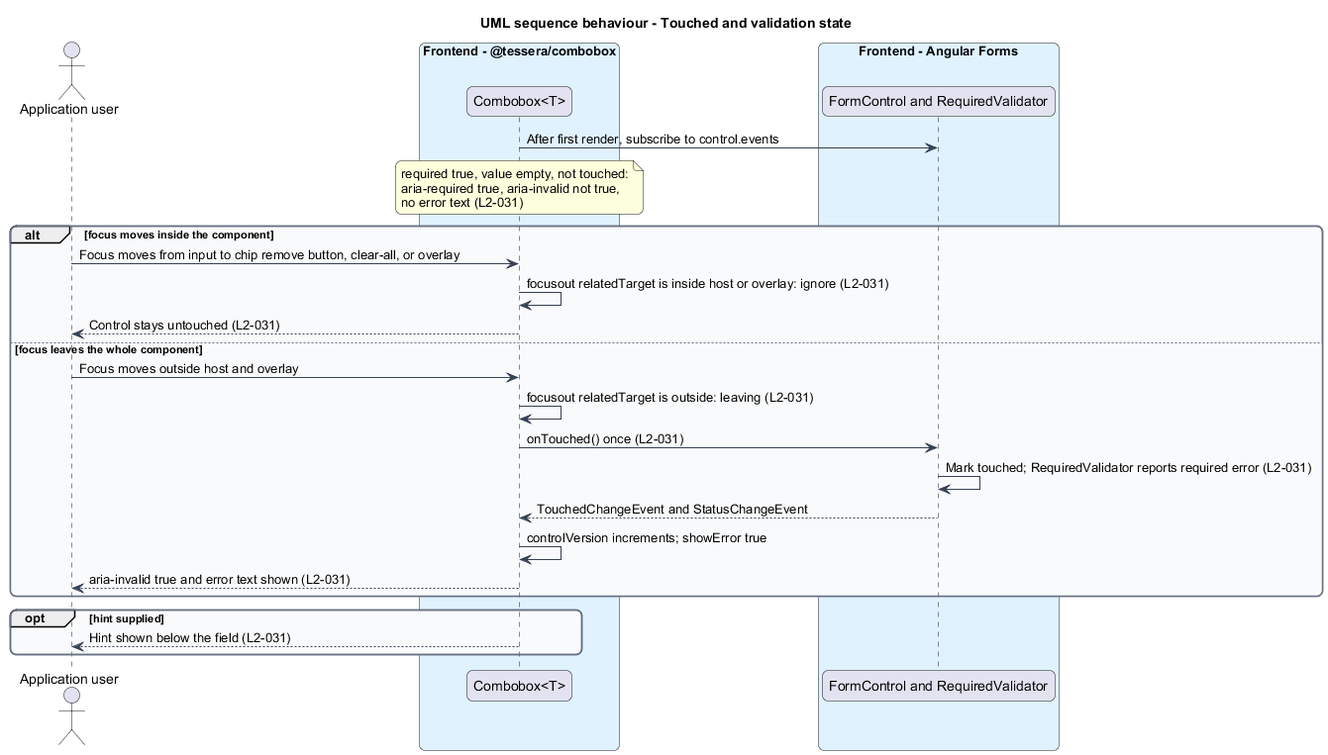
Before: docs/detailed-designs/combobox/integrate-forms/diagrams/sequence-touched-validation.png, a diagram exported from PlantUML (QuinntyneBrown/Tessera). The source it was exported from:
```plantuml
@startuml
title UML sequence behaviour - Touched and validation state
skinparam backgroundColor #FFFFFF
skinparam shadowing false
skinparam roundcorner 12
skinparam defaultFontName Arial
skinparam ArrowColor #344054
skinparam rectangle {
  BorderColor #344054
  FontColor #101828
}
skinparam package {
  BorderColor #667085
  FontColor #101828
  BackgroundColor #F9FAFB
}
actor "Application user" as user
box "Frontend - @tessera/combobox" #E0F2FE
  participant "Combobox<T>" as combo
end box
box "Frontend - Angular Forms" #E0F2FE
  participant "FormControl and RequiredValidator" as fc
end box

combo -> fc : After first render, subscribe to control.events
note over combo
  required true, value empty, not touched:
  aria-required true, aria-invalid not true,
  no error text (L2-031)
end note
alt focus moves inside the component
  user -> combo : Focus moves from input to chip remove button, clear-all, or overlay
  combo -> combo : focusout relatedTarget is inside host or overlay: ignore (L2-031)
  combo --> user : Control stays untouched (L2-031)
else focus leaves the whole component
  user -> combo : Focus moves outside host and overlay
  combo -> combo : focusout relatedTarget is outside: leaving (L2-031)
  combo -> fc : onTouched() once (L2-031)
  fc -> fc : Mark touched; RequiredValidator reports required error (L2-031)
  fc --> combo : TouchedChangeEvent and StatusChangeEvent
  combo -> combo : controlVersion increments; showError true
  combo --> user : aria-invalid true and error text shown (L2-031)
end
opt hint supplied
  combo --> user : Hint shown below the field (L2-031)
end
@enduml
```
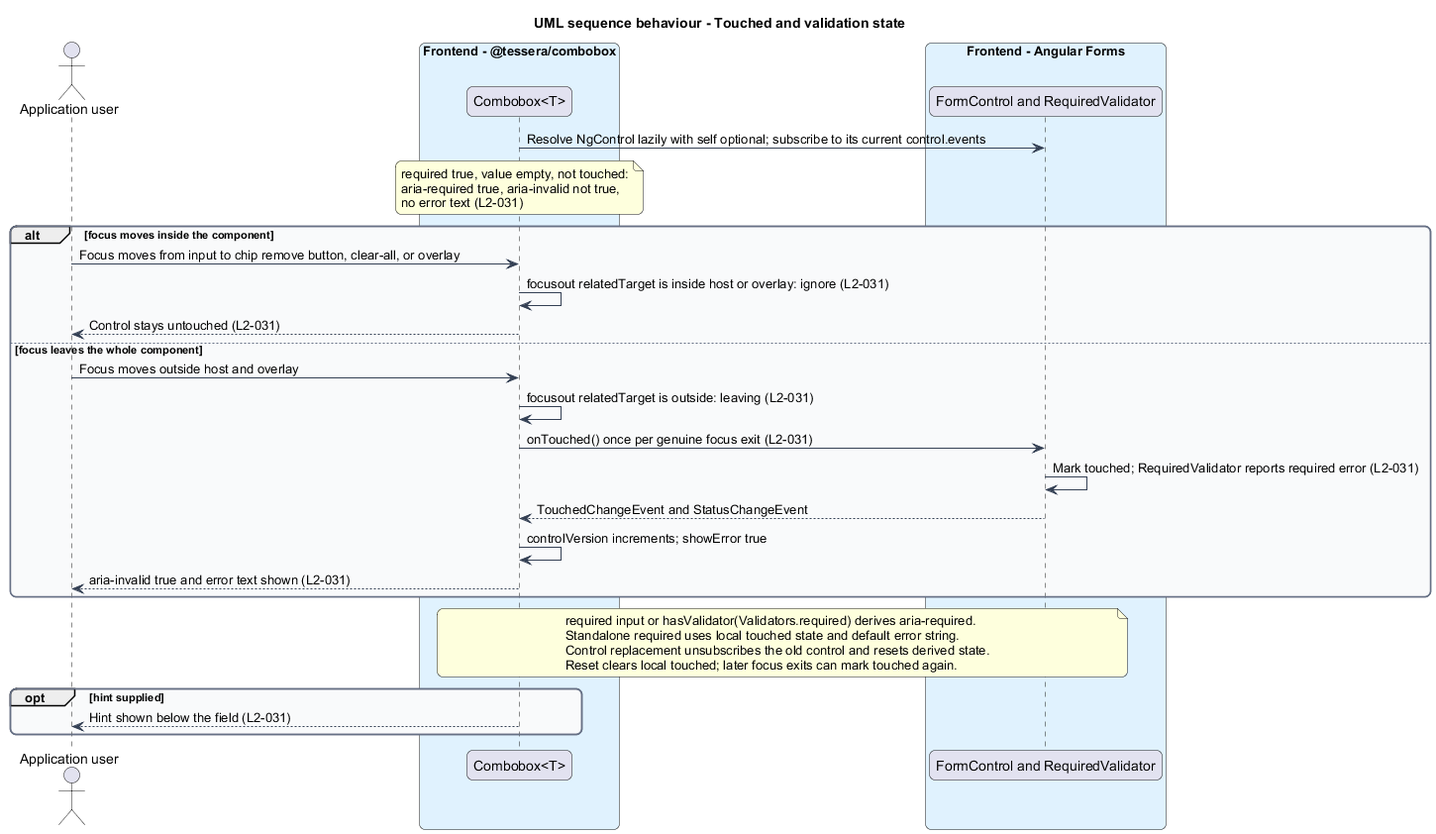
After the commit.

What changed in the source:
```diff
@@ -22,7 +22,7 @@
   participant "FormControl and RequiredValidator" as fc
 end box
 
-combo -> fc : After first render, subscribe to control.events
+combo -> fc : Resolve NgControl lazily with self optional; subscribe to its current control.events
 note over combo
   required true, value empty, not touched:
   aria-required true, aria-invalid not true,
@@ -35,12 +35,18 @@
 else focus leaves the whole component
   user -> combo : Focus moves outside host and overlay
   combo -> combo : focusout relatedTarget is outside: leaving (L2-031)
-  combo -> fc : onTouched() once (L2-031)
+  combo -> fc : onTouched() once per genuine focus exit (L2-031)
   fc -> fc : Mark touched; RequiredValidator reports required error (L2-031)
   fc --> combo : TouchedChangeEvent and StatusChangeEvent
   combo -> combo : controlVersion increments; showError true
   combo --> user : aria-invalid true and error text shown (L2-031)
 end
+note over combo, fc
+  required input or hasValidator(Validators.required) derives aria-required.
+  Standalone required uses local touched state and default error string.
+  Control replacement unsubscribes the old control and resets derived state.
+  Reset clears local touched; later focus exits can mark touched again.
+end note
 opt hint supplied
   combo --> user : Hint shown below the field (L2-031)
 end
```
